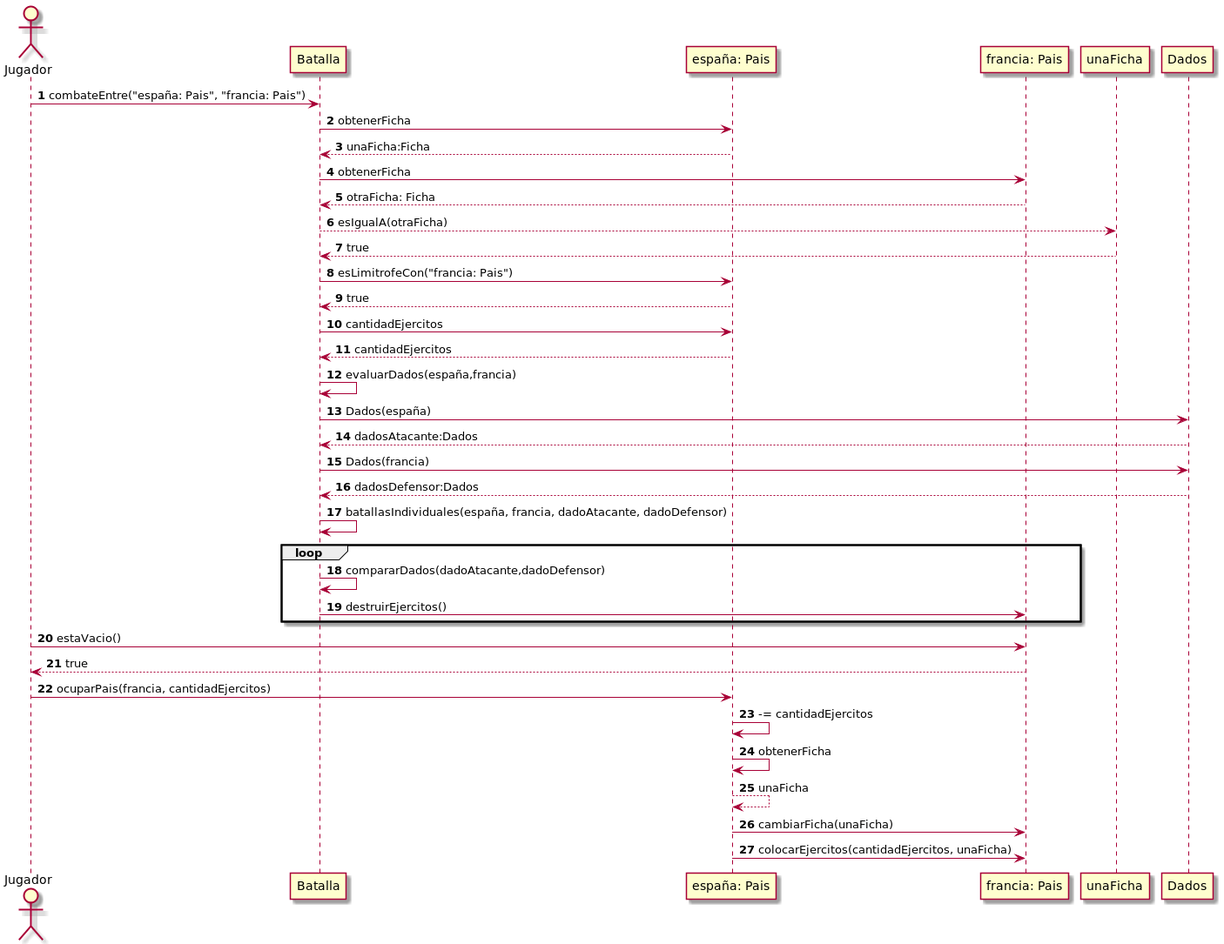
Above: src/main/diagramas_puml/JugadorAtacaDeEspañaAFranciaYOcupoPais.png in Cristianfca197/altego (PlantUML), before the change.
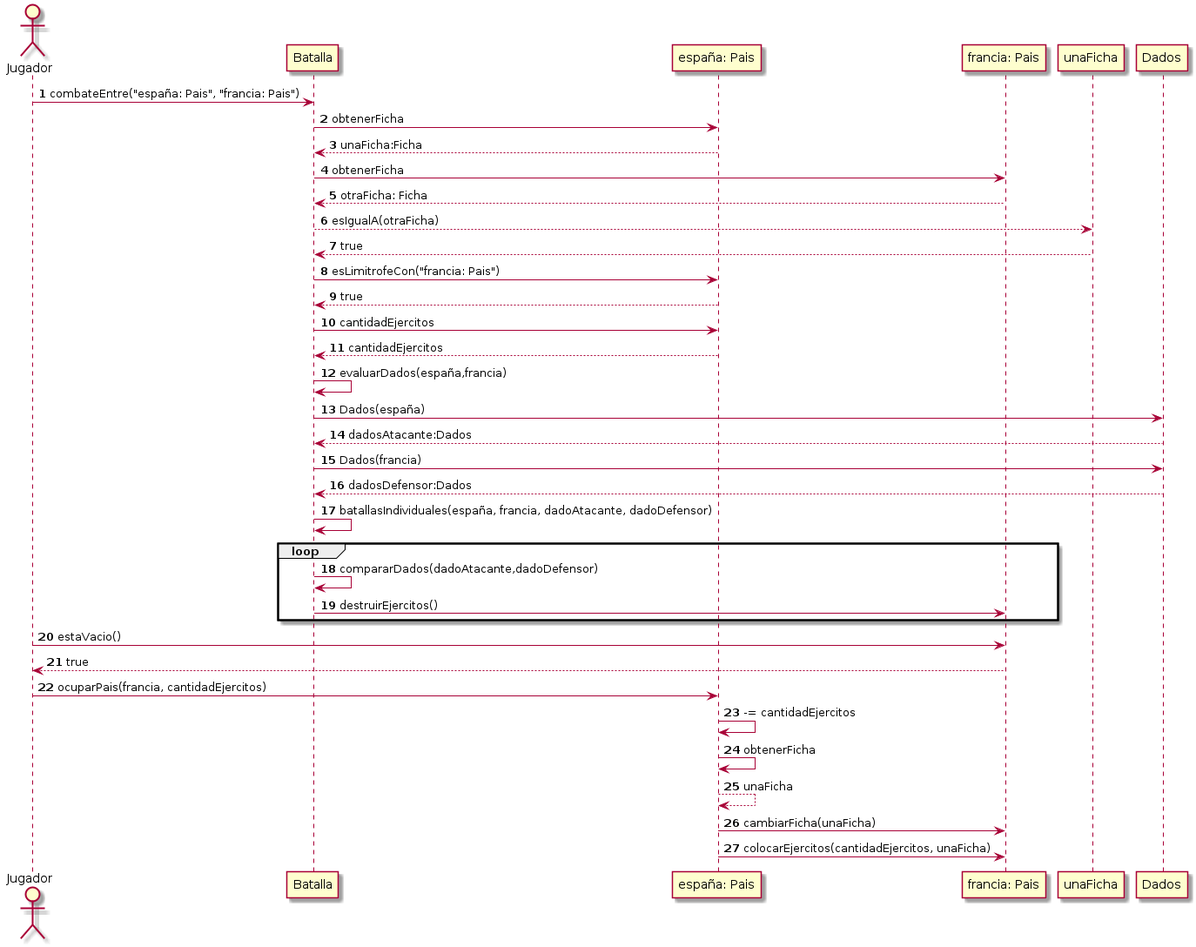
After the change.

Commit message:
agrego diagrama secuencia Ataques

What changed in the source:
```diff
@@ -1,4 +1,4 @@
-@startuml
+@startuml JugadorAtacaDeEspañaAFranciaYOcupoPais
 
 
 autonumber
```
